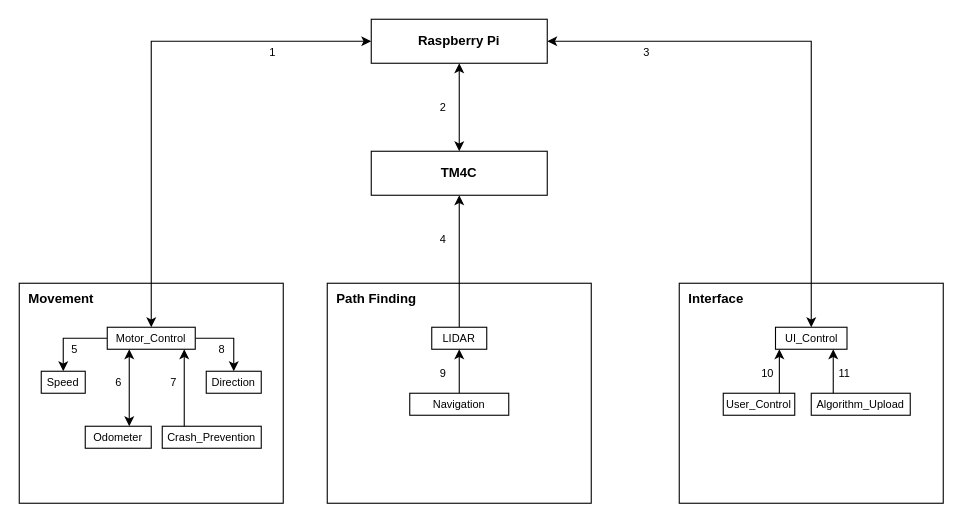
This is Architectural Design Specification/images/data_flow.drawio from tragicfall/Senior-Design, a draw.io file, before an edit. Source tidied: cells renumbered, new cells numbered last; positions are measured from the earlier drawing's top-left corner, leaving out a move shared by most shapes. Both pictures are drawn from the tidied source at 110%, with x=0, y=0 at pixel (19, 19).
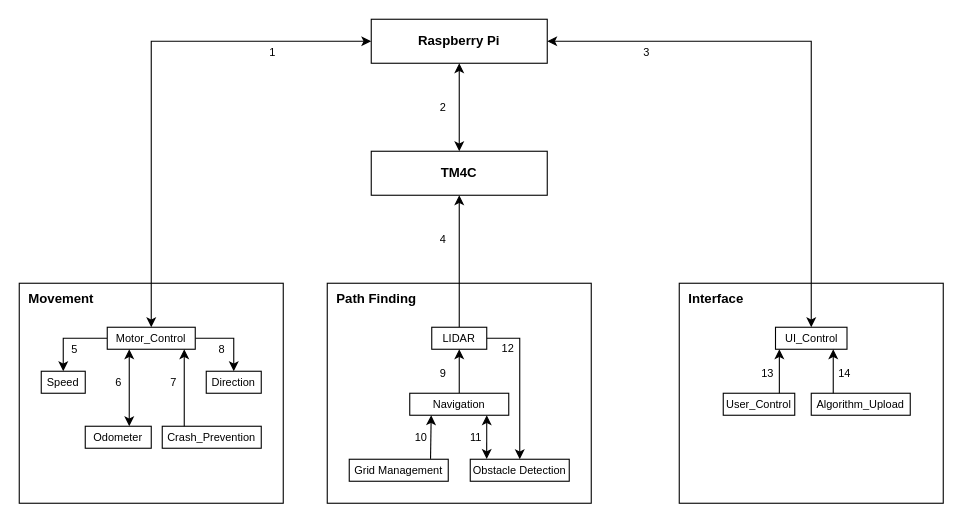
The same page after the edit.

Commit message (it also covers changes not shown here):
Fixed data flow diagram

The change refers to these unchanged cells:
```xml
<mxCell id="16" value="&lt;font style=&quot;font-size: 10px;&quot;&gt;LIDAR&lt;/font&gt;" style="rounded=0;whiteSpace=wrap;html=1;" parent="1" vertex="1">
  <mxGeometry x="375" y="280" width="50" height="20" as="geometry" />
</mxCell>
```

Change to the diagram source:
```diff
@@
+    <mxCell id="39" style="edgeStyle=orthogonalEdgeStyle;rounded=0;jettySize=auto;html=1;exitX=1;exitY=0.5;exitDx=0;exitDy=0;entryX=0.5;entryY=0;entryDx=0;entryDy=0;" parent="1" edge="1" source="16" target="41">
+      <mxGeometry relative="1" as="geometry" />
+    </mxCell>
@@
-    <mxCell id="28" value="&lt;font style=&quot;font-size: 10px;&quot;&gt;10&lt;/font&gt;" style="text;html=1;align=center;verticalAlign=middle;strokeColor=none;fillColor=none;spacing=-3;" parent="1" vertex="1">
+    <mxCell id="28" value="&lt;font style=&quot;font-size: 10px;&quot;&gt;13&lt;/font&gt;" style="text;html=1;align=center;verticalAlign=middle;strokeColor=none;fillColor=none;spacing=-3;" parent="1" vertex="1">
       <mxGeometry x="670" y="312" width="20" height="20" as="geometry" />
     </mxCell>
-    <mxCell id="29" value="&lt;font style=&quot;font-size: 10px;&quot;&gt;11&lt;/font&gt;" style="text;html=1;align=center;verticalAlign=middle;strokeColor=none;fillColor=none;spacing=-3;" parent="1" vertex="1">
+    <mxCell id="29" value="&lt;font style=&quot;font-size: 10px;&quot;&gt;14&lt;/font&gt;" style="text;html=1;align=center;verticalAlign=middle;strokeColor=none;fillColor=none;spacing=-3;" parent="1" vertex="1">
       <mxGeometry x="740" y="312" width="20" height="20" as="geometry" />
     </mxCell>
@@
+    <mxCell id="40" value="&lt;font style=&quot;font-size: 10px;&quot;&gt;Grid Management&lt;/font&gt;" style="rounded=0;whiteSpace=wrap;html=1;" parent="1" vertex="1">
+      <mxGeometry x="300" y="400" width="90" height="20" as="geometry" />
+    </mxCell>
+    <mxCell id="41" value="&lt;font style=&quot;font-size: 10px;&quot;&gt;Obstacle Detection&lt;/font&gt;" style="rounded=0;whiteSpace=wrap;html=1;" parent="1" vertex="1">
+      <mxGeometry x="410" y="400" width="90" height="20" as="geometry" />
+    </mxCell>
+    <mxCell id="42" style="edgeStyle=orthogonalEdgeStyle;rounded=0;jettySize=auto;html=1;exitX=0.166;exitY=-0.012;exitDx=0;exitDy=0;entryX=0.5;entryY=1;entryDx=0;entryDy=0;exitPerimeter=0;startArrow=classic;startFill=1;" parent="1" edge="1" source="41">
+      <mxGeometry relative="1" as="geometry">
+        <mxPoint x="425" y="360" as="targetPoint" />
+      </mxGeometry>
+    </mxCell>
+    <mxCell id="43" style="edgeStyle=orthogonalEdgeStyle;rounded=0;jettySize=auto;html=1;exitX=0.821;exitY=-0.017;exitDx=0;exitDy=0;entryX=0.5;entryY=1;entryDx=0;entryDy=0;exitPerimeter=0;" parent="1" edge="1" source="40">
+      <mxGeometry relative="1" as="geometry">
+        <mxPoint x="374.5" y="360" as="targetPoint" />
+      </mxGeometry>
+    </mxCell>
+    <mxCell id="44" value="&lt;font style=&quot;font-size: 10px;&quot;&gt;10&lt;/font&gt;" style="text;html=1;align=center;verticalAlign=middle;strokeColor=none;fillColor=none;spacing=-3;" parent="1" vertex="1">
+      <mxGeometry x="355" y="370" width="20" height="20" as="geometry" />
+    </mxCell>
+    <mxCell id="45" value="&lt;font style=&quot;font-size: 10px;&quot;&gt;11&lt;/font&gt;" style="text;html=1;align=center;verticalAlign=middle;strokeColor=none;fillColor=none;spacing=-3;" parent="1" vertex="1">
+      <mxGeometry x="405" y="370" width="20" height="20" as="geometry" />
+    </mxCell>
+    <mxCell id="46" value="&lt;font style=&quot;font-size: 10px;&quot;&gt;12&lt;/font&gt;" style="text;html=1;align=center;verticalAlign=middle;strokeColor=none;fillColor=none;spacing=-3;" parent="1" vertex="1">
+      <mxGeometry x="434" y="289" width="20" height="20" as="geometry" />
+    </mxCell>
```
